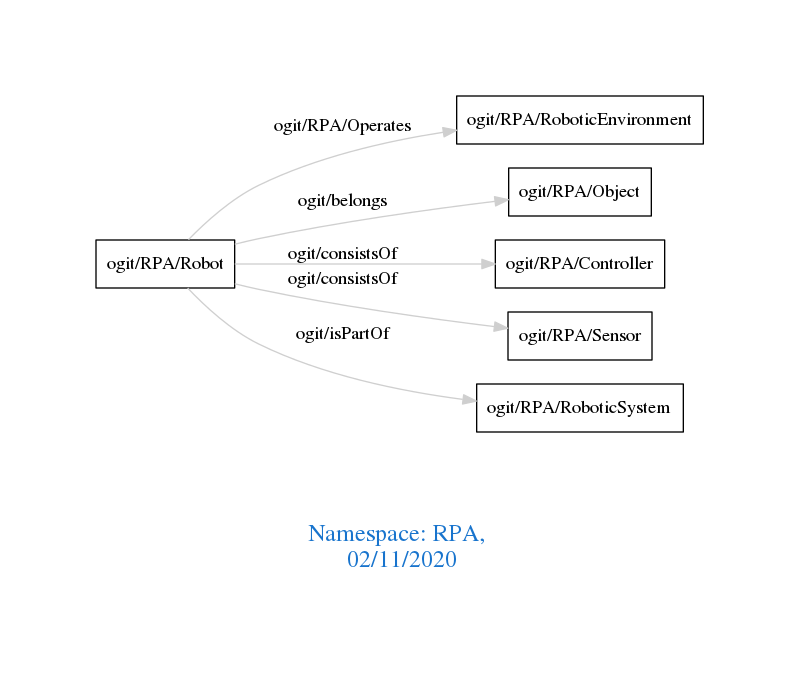
This is downloads/RPA.png from arago/OGIT, a Graphviz export, as it was before one commit. Its source is kept beside it as downloads/RPA.dot.
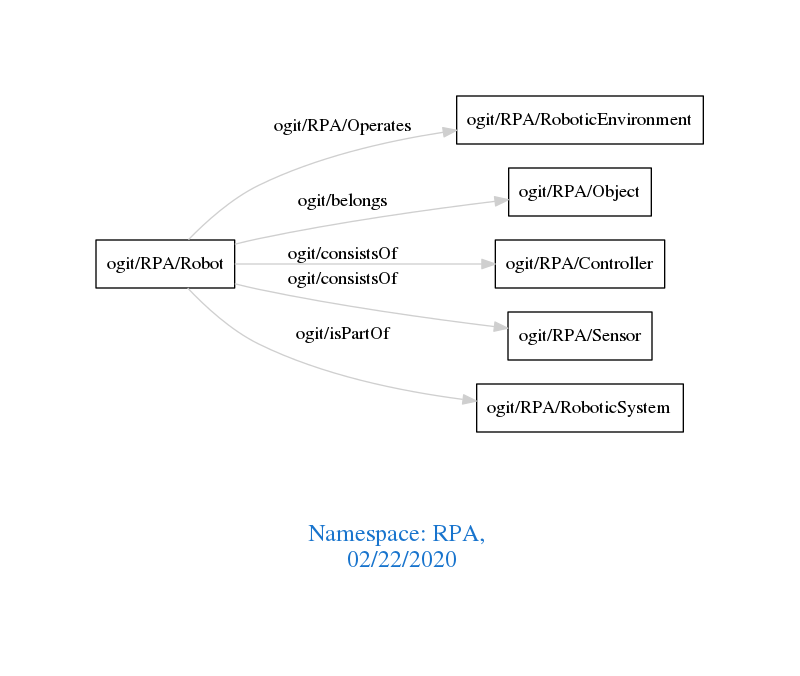
After the commit.

The edit, as a diff of the source:
```diff
@@ -1,7 +1,7 @@
 digraph OGIT_ontology {
  graph [ rankdir= LR,pad=1
 fontsize = 18,
-fontcolor= dodgerblue3,label = "\n\n\nNamespace: RPA, \n 02/11/2020"];
+fontcolor= dodgerblue3,label = "\n\n\nNamespace: RPA, \n 02/22/2020"];
 node[shape=polygon];
 edge [  color="gray81"];
 
```
